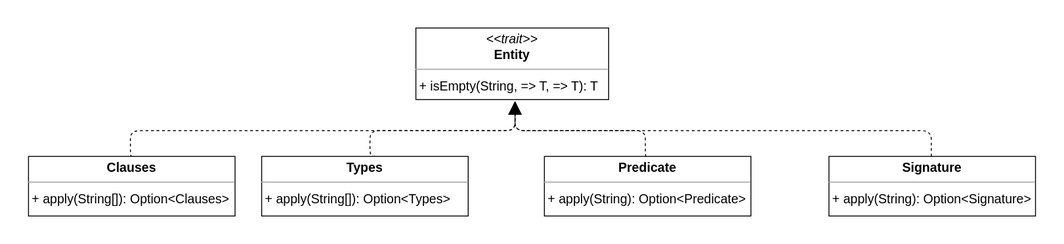
This is docs/img/S2P_UML_class_diagram-Entity.drawio.svg from MarcoFontana48/PPS-23-Scala2Prolog, a draw.io export, as it was before one commit. Source tidied: cells renumbered, new cells last; positions are measured from the earlier drawing's top-left corner, leaving out a move shared by most shapes.
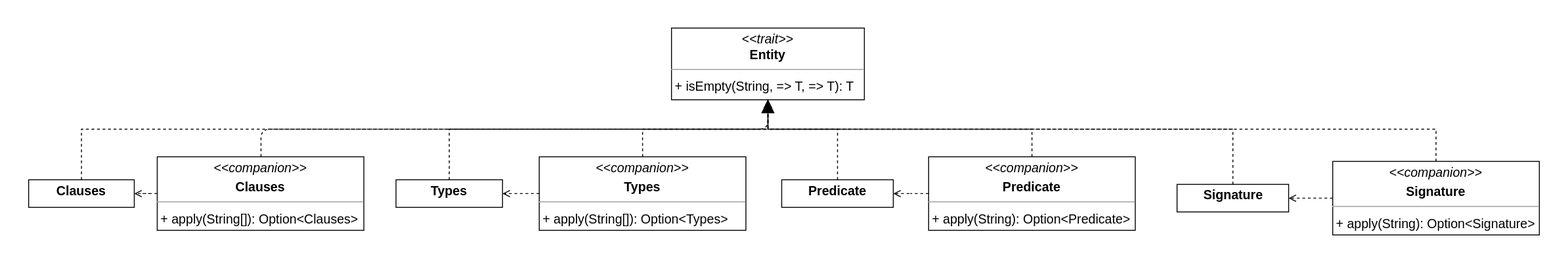
After the commit.

Commit message:
docs: update design chapter, add package diagram

The edit, as a diff of the source:
```diff
@@ -2,63 +2,109 @@
   <root>
     <mxCell id="0" />
     <mxCell id="1" parent="0" />
-    <mxCell id="2" style="html=1;rounded=1;edgeStyle=orthogonalEdgeStyle;dashed=1;startArrow=none;endArrow=block;endSize=12;strokeColor=#000000;exitX=0.500;exitY=0.001;exitDx=0;exitDy=0;entryX=0.500;entryY=1.001;entryDx=0;entryDy=0;" parent="1" edge="1">
-      <mxGeometry relative="1" as="geometry">
-        <mxPoint x="377.5" y="140" as="sourcePoint" />
-        <mxPoint x="530" y="80" as="targetPoint" />
-        <Array as="points">
-          <mxPoint x="372" y="140" />
-          <mxPoint x="372" y="112" />
-          <mxPoint x="530" y="112" />
-        </Array>
-      </mxGeometry>
-    </mxCell>
-    <mxCell id="3" style="html=1;rounded=1;edgeStyle=orthogonalEdgeStyle;dashed=1;startArrow=none;endArrow=block;endSize=12;strokeColor=#000000;exitX=0.500;exitY=0.001;exitDx=0;exitDy=0;entryX=0.500;entryY=1.001;entryDx=0;entryDy=0;" parent="1" edge="1">
-      <mxGeometry relative="1" as="geometry">
-        <mxPoint x="673" y="140" as="sourcePoint" />
-        <mxPoint x="530" y="80" as="targetPoint" />
-        <Array as="points">
-          <mxPoint x="672" y="140" />
-          <mxPoint x="672" y="112" />
-          <mxPoint x="530" y="112" />
-        </Array>
-      </mxGeometry>
-    </mxCell>
-    <mxCell id="4" style="html=1;rounded=1;edgeStyle=orthogonalEdgeStyle;dashed=1;startArrow=none;endArrow=block;endSize=12;strokeColor=#000000;exitX=0.500;exitY=0.001;exitDx=0;exitDy=0;entryX=0.500;entryY=1.001;entryDx=0;entryDy=0;" parent="1" edge="1">
-      <mxGeometry relative="1" as="geometry">
-        <mxPoint x="983.5" y="140" as="sourcePoint" />
-        <mxPoint x="530" y="80" as="targetPoint" />
-        <Array as="points">
-          <mxPoint x="984" y="112" />
-          <mxPoint x="530" y="112" />
-        </Array>
-      </mxGeometry>
-    </mxCell>
-    <mxCell id="5" style="html=1;rounded=1;edgeStyle=orthogonalEdgeStyle;dashed=1;startArrow=none;endArrow=block;endSize=12;strokeColor=#000000;exitX=0.500;exitY=0.001;exitDx=0;exitDy=0;entryX=0.5;entryY=1;entryDx=0;entryDy=0;" parent="1" edge="1">
-      <mxGeometry relative="1" as="geometry">
-        <mxPoint x="113" y="140" as="sourcePoint" />
-        <mxPoint x="530" y="80" as="targetPoint" />
-        <Array as="points">
-          <mxPoint x="111" y="140" />
-          <mxPoint x="111" y="112" />
-          <mxPoint x="530" y="112" />
-        </Array>
-      </mxGeometry>
-    </mxCell>
+    <mxCell id="11" style="html=1;rounded=1;edgeStyle=orthogonalEdgeStyle;dashed=1;startArrow=none;endArrow=block;endSize=12;strokeColor=#000000;exitX=0.500;exitY=0.001;exitDx=0;exitDy=0;entryX=0.5;entryY=1;entryDx=0;entryDy=0;" parent="1" edge="1" target="6">
+      <mxGeometry relative="1" as="geometry">
+        <mxPoint x="-25" y="140" as="sourcePoint" />
+        <Array as="points">
+          <mxPoint x="-25" y="110" />
+          <mxPoint x="527" y="110" />
+        </Array>
+      </mxGeometry>
+    </mxCell>
     <mxCell id="6" value="&lt;p style=&quot;margin:0px;margin-top:4px;text-align:center;&quot;&gt;&lt;i&gt;&amp;lt;&amp;lt;trait&amp;gt;&amp;gt;&lt;/i&gt;&lt;br&gt;&lt;b&gt;Entity&lt;/b&gt;&lt;/p&gt;&lt;hr size=&quot;1&quot;&gt;&lt;p style=&quot;margin:0 0 0 4px;line-height:1.6;&quot;&gt;+ isEmpty(String, =&amp;gt; T, =&amp;gt; T): T&lt;/p&gt;" style="verticalAlign=top;align=left;overflow=fill;fontSize=14;fontFamily=Helvetica;html=1;rounded=0;shadow=0;comic=0;labelBackgroundColor=none;strokeWidth=1;" parent="1" vertex="1">
       <mxGeometry x="422" width="210" height="78" as="geometry" />
     </mxCell>
-    <mxCell id="7" value="&lt;p style=&quot;margin:0px;margin-top:4px;text-align:center;&quot;&gt;&lt;b&gt;Clauses&lt;/b&gt;&lt;/p&gt;&lt;hr size=&quot;1&quot;&gt;&lt;p style=&quot;margin:0 0 0 4px;line-height:1.6;&quot;&gt;&lt;/p&gt;&lt;p style=&quot;margin:0 0 0 4px;line-height:1.6;&quot;&gt;&lt;/p&gt;&lt;p style=&quot;margin:0 0 0 4px;line-height:1.6;&quot;&gt;+ apply(String[]): Option&amp;lt;Clauses&amp;gt;&lt;/p&gt;" style="verticalAlign=top;align=left;overflow=fill;fontSize=14;fontFamily=Helvetica;html=1;rounded=0;shadow=0;comic=0;labelBackgroundColor=none;strokeWidth=1;" parent="1" vertex="1">
-      <mxGeometry y="140" width="225" height="65" as="geometry" />
-    </mxCell>
-    <mxCell id="8" value="&lt;p style=&quot;margin:0px;margin-top:4px;text-align:center;&quot;&gt;&lt;b&gt;Predicate&lt;/b&gt;&lt;/p&gt;&lt;hr size=&quot;1&quot;&gt;&lt;p style=&quot;margin:0 0 0 4px;line-height:1.6;&quot;&gt;&lt;/p&gt;&lt;p style=&quot;margin:0 0 0 4px;line-height:1.6;&quot;&gt;&lt;/p&gt;&lt;p style=&quot;margin:0 0 0 4px;line-height:1.6;&quot;&gt;+ apply(String): Option&amp;lt;Predicate&amp;gt;&lt;/p&gt;" style="verticalAlign=top;align=left;overflow=fill;fontSize=14;fontFamily=Helvetica;html=1;rounded=0;shadow=0;comic=0;labelBackgroundColor=none;strokeWidth=1;" parent="1" vertex="1">
-      <mxGeometry x="562" y="140" width="225" height="65" as="geometry" />
-    </mxCell>
-    <mxCell id="9" value="&lt;p style=&quot;margin:0px;margin-top:4px;text-align:center;&quot;&gt;&lt;b&gt;Signature&lt;/b&gt;&lt;/p&gt;&lt;hr size=&quot;1&quot;&gt;&lt;p style=&quot;margin:0 0 0 4px;line-height:1.6;&quot;&gt;&lt;/p&gt;&lt;p style=&quot;margin:0 0 0 4px;line-height:1.6;&quot;&gt;&lt;/p&gt;&lt;p style=&quot;margin:0 0 0 4px;line-height:1.6;&quot;&gt;+ apply(String): Option&amp;lt;Signature&amp;gt;&lt;/p&gt;" style="verticalAlign=top;align=left;overflow=fill;fontSize=14;fontFamily=Helvetica;html=1;rounded=0;shadow=0;comic=0;labelBackgroundColor=none;strokeWidth=1;" parent="1" vertex="1">
-      <mxGeometry x="872" y="140" width="225" height="65" as="geometry" />
-    </mxCell>
-    <mxCell id="10" value="&lt;p style=&quot;margin:0px;margin-top:4px;text-align:center;&quot;&gt;&lt;b&gt;Types&lt;/b&gt;&lt;/p&gt;&lt;hr size=&quot;1&quot;&gt;&lt;p style=&quot;margin:0 0 0 4px;line-height:1.6;&quot;&gt;&lt;/p&gt;&lt;p style=&quot;margin:0 0 0 4px;line-height:1.6;&quot;&gt;&lt;/p&gt;&lt;p style=&quot;margin:0 0 0 4px;line-height:1.6;&quot;&gt;+ apply(String[]): Option&amp;lt;Types&amp;gt;&lt;/p&gt;" style="verticalAlign=top;align=left;overflow=fill;fontSize=14;fontFamily=Helvetica;html=1;rounded=0;shadow=0;comic=0;labelBackgroundColor=none;strokeWidth=1;" parent="1" vertex="1">
-      <mxGeometry x="254" y="140" width="225" height="65" as="geometry" />
-    </mxCell>
+    <mxCell id="12" style="edgeStyle=orthogonalEdgeStyle;rounded=0;jettySize=auto;html=1;entryX=1;entryY=0.5;entryDx=0;entryDy=0;dashed=1;endArrow=open;endFill=0;" parent="1" edge="1" source="13" target="24">
+      <mxGeometry relative="1" as="geometry" />
+    </mxCell>
+    <mxCell id="13" value="&lt;p style=&quot;margin:0px;margin-top:4px;text-align:center;&quot;&gt;&lt;i&gt;&amp;lt;&amp;lt;companion&amp;gt;&amp;gt;&lt;/i&gt;&lt;/p&gt;&lt;p style=&quot;margin:0px;margin-top:4px;text-align:center;&quot;&gt;&lt;b&gt;Clauses&lt;/b&gt;&lt;/p&gt;&lt;hr size=&quot;1&quot;&gt;&lt;p style=&quot;margin:0 0 0 4px;line-height:1.6;&quot;&gt;&lt;/p&gt;&lt;p style=&quot;margin:0 0 0 4px;line-height:1.6;&quot;&gt;&lt;/p&gt;&lt;p style=&quot;margin:0 0 0 4px;line-height:1.6;&quot;&gt;+ apply(String[]): Option&amp;lt;Clauses&amp;gt;&lt;/p&gt;" style="verticalAlign=top;align=left;overflow=fill;fontSize=14;fontFamily=Helvetica;html=1;rounded=0;shadow=0;comic=0;labelBackgroundColor=none;strokeWidth=1;" parent="1" vertex="1">
+      <mxGeometry x="-138" y="140" width="225" height="80" as="geometry" />
+    </mxCell>
+    <mxCell id="14" style="edgeStyle=orthogonalEdgeStyle;rounded=0;jettySize=auto;html=1;entryX=1;entryY=0.5;entryDx=0;entryDy=0;endArrow=open;endFill=0;dashed=1;" parent="1" edge="1" source="16" target="28">
+      <mxGeometry relative="1" as="geometry" />
+    </mxCell>
+    <mxCell id="15" style="edgeStyle=orthogonalEdgeStyle;rounded=0;jettySize=auto;html=1;entryX=0.5;entryY=1;entryDx=0;entryDy=0;dashed=1;" parent="1" edge="1" source="16" target="6">
+      <mxGeometry relative="1" as="geometry">
+        <Array as="points">
+          <mxPoint x="815" y="110" />
+          <mxPoint x="527" y="110" />
+        </Array>
+      </mxGeometry>
+    </mxCell>
+    <mxCell id="16" value="&lt;p style=&quot;margin: 4px 0px 0px; text-align: center;&quot;&gt;&lt;i&gt;&amp;lt;&amp;lt;companion&amp;gt;&amp;gt;&lt;/i&gt;&lt;/p&gt;&lt;p style=&quot;margin:0px;margin-top:4px;text-align:center;&quot;&gt;&lt;b&gt;Predicate&lt;/b&gt;&lt;/p&gt;&lt;hr size=&quot;1&quot;&gt;&lt;p style=&quot;margin:0 0 0 4px;line-height:1.6;&quot;&gt;&lt;/p&gt;&lt;p style=&quot;margin:0 0 0 4px;line-height:1.6;&quot;&gt;&lt;/p&gt;&lt;p style=&quot;margin:0 0 0 4px;line-height:1.6;&quot;&gt;+ apply(String): Option&amp;lt;Predicate&amp;gt;&lt;/p&gt;" style="verticalAlign=top;align=left;overflow=fill;fontSize=14;fontFamily=Helvetica;html=1;rounded=0;shadow=0;comic=0;labelBackgroundColor=none;strokeWidth=1;" parent="1" vertex="1">
+      <mxGeometry x="702" y="140" width="225" height="80" as="geometry" />
+    </mxCell>
+    <mxCell id="17" style="edgeStyle=orthogonalEdgeStyle;rounded=0;jettySize=auto;html=1;entryX=1;entryY=0.5;entryDx=0;entryDy=0;endArrow=open;endFill=0;dashed=1;" parent="1" edge="1" source="19" target="30">
+      <mxGeometry relative="1" as="geometry" />
+    </mxCell>
+    <mxCell id="18" style="edgeStyle=orthogonalEdgeStyle;rounded=0;jettySize=auto;html=1;entryX=0.5;entryY=1;entryDx=0;entryDy=0;dashed=1;" parent="1" edge="1" source="19" target="6">
+      <mxGeometry relative="1" as="geometry">
+        <Array as="points">
+          <mxPoint x="1255" y="110" />
+          <mxPoint x="527" y="110" />
+        </Array>
+      </mxGeometry>
+    </mxCell>
+    <mxCell id="19" value="&lt;p style=&quot;margin: 4px 0px 0px; text-align: center;&quot;&gt;&lt;i&gt;&amp;lt;&amp;lt;companion&amp;gt;&amp;gt;&lt;/i&gt;&lt;/p&gt;&lt;p style=&quot;margin:0px;margin-top:4px;text-align:center;&quot;&gt;&lt;b&gt;Signature&lt;/b&gt;&lt;/p&gt;&lt;hr size=&quot;1&quot;&gt;&lt;p style=&quot;margin:0 0 0 4px;line-height:1.6;&quot;&gt;&lt;/p&gt;&lt;p style=&quot;margin:0 0 0 4px;line-height:1.6;&quot;&gt;&lt;/p&gt;&lt;p style=&quot;margin:0 0 0 4px;line-height:1.6;&quot;&gt;+ apply(String): Option&amp;lt;Signature&amp;gt;&lt;/p&gt;" style="verticalAlign=top;align=left;overflow=fill;fontSize=14;fontFamily=Helvetica;html=1;rounded=0;shadow=0;comic=0;labelBackgroundColor=none;strokeWidth=1;" parent="1" vertex="1">
+      <mxGeometry x="1142" y="145" width="225" height="80" as="geometry" />
+    </mxCell>
+    <mxCell id="20" style="edgeStyle=orthogonalEdgeStyle;rounded=0;jettySize=auto;html=1;entryX=1;entryY=0.5;entryDx=0;entryDy=0;dashed=1;endArrow=open;endFill=0;" parent="1" edge="1" source="22" target="26">
+      <mxGeometry relative="1" as="geometry" />
+    </mxCell>
+    <mxCell id="21" style="edgeStyle=orthogonalEdgeStyle;rounded=0;jettySize=auto;html=1;entryX=0.5;entryY=1;entryDx=0;entryDy=0;dashed=1;" parent="1" edge="1" source="22" target="6">
+      <mxGeometry relative="1" as="geometry">
+        <Array as="points">
+          <mxPoint x="390" y="110" />
+          <mxPoint x="527" y="110" />
+        </Array>
+      </mxGeometry>
+    </mxCell>
+    <mxCell id="22" value="&lt;p style=&quot;margin: 4px 0px 0px; text-align: center;&quot;&gt;&lt;i&gt;&amp;lt;&amp;lt;companion&amp;gt;&amp;gt;&lt;/i&gt;&lt;/p&gt;&lt;p style=&quot;margin:0px;margin-top:4px;text-align:center;&quot;&gt;&lt;b&gt;Types&lt;/b&gt;&lt;/p&gt;&lt;hr size=&quot;1&quot;&gt;&lt;p style=&quot;margin:0 0 0 4px;line-height:1.6;&quot;&gt;&lt;/p&gt;&lt;p style=&quot;margin:0 0 0 4px;line-height:1.6;&quot;&gt;&lt;/p&gt;&lt;p style=&quot;margin:0 0 0 4px;line-height:1.6;&quot;&gt;+ apply(String[]): Option&amp;lt;Types&amp;gt;&lt;/p&gt;" style="verticalAlign=top;align=left;overflow=fill;fontSize=14;fontFamily=Helvetica;html=1;rounded=0;shadow=0;comic=0;labelBackgroundColor=none;strokeWidth=1;" parent="1" vertex="1">
+      <mxGeometry x="278" y="140" width="225" height="80" as="geometry" />
+    </mxCell>
+    <mxCell id="23" style="edgeStyle=orthogonalEdgeStyle;rounded=0;jettySize=auto;html=1;exitX=0.5;exitY=0;exitDx=0;exitDy=0;entryX=0.5;entryY=1;entryDx=0;entryDy=0;dashed=1;elbow=vertical;" parent="1" edge="1" source="24" target="6">
+      <mxGeometry relative="1" as="geometry">
+        <Array as="points">
+          <mxPoint x="-220" y="110" />
+          <mxPoint x="527" y="110" />
+        </Array>
+      </mxGeometry>
+    </mxCell>
+    <mxCell id="24" value="&lt;p style=&quot;margin:0px;margin-top:4px;text-align:center;&quot;&gt;&lt;b&gt;Clauses&lt;/b&gt;&lt;/p&gt;&lt;p style=&quot;margin:0 0 0 4px;line-height:1.6;&quot;&gt;&lt;br&gt;&lt;/p&gt;" style="verticalAlign=top;align=left;overflow=fill;fontSize=14;fontFamily=Helvetica;html=1;rounded=0;shadow=0;comic=0;labelBackgroundColor=none;strokeWidth=1;" parent="1" vertex="1">
+      <mxGeometry x="-278" y="165" width="115" height="30" as="geometry" />
+    </mxCell>
+    <mxCell id="25" style="edgeStyle=orthogonalEdgeStyle;rounded=0;jettySize=auto;html=1;entryX=0.5;entryY=1;entryDx=0;entryDy=0;exitX=0.5;exitY=0;exitDx=0;exitDy=0;dashed=1;" parent="1" edge="1" source="26" target="6">
+      <mxGeometry relative="1" as="geometry">
+        <Array as="points">
+          <mxPoint x="180" y="110" />
+          <mxPoint x="527" y="110" />
+        </Array>
+      </mxGeometry>
+    </mxCell>
+    <mxCell id="26" value="&lt;p style=&quot;margin:0px;margin-top:4px;text-align:center;&quot;&gt;&lt;b&gt;Types&lt;/b&gt;&lt;/p&gt;" style="verticalAlign=top;align=left;overflow=fill;fontSize=14;fontFamily=Helvetica;html=1;rounded=0;shadow=0;comic=0;labelBackgroundColor=none;strokeWidth=1;" parent="1" vertex="1">
+      <mxGeometry x="122" y="165" width="116" height="30" as="geometry" />
+    </mxCell>
+    <mxCell id="27" style="edgeStyle=orthogonalEdgeStyle;rounded=0;jettySize=auto;html=1;entryX=0.5;entryY=1;entryDx=0;entryDy=0;exitX=0.5;exitY=0;exitDx=0;exitDy=0;dashed=1;" parent="1" edge="1" source="28" target="6">
+      <mxGeometry relative="1" as="geometry">
+        <Array as="points">
+          <mxPoint x="603" y="110" />
+          <mxPoint x="527" y="110" />
+        </Array>
+      </mxGeometry>
+    </mxCell>
+    <mxCell id="28" value="&lt;p style=&quot;margin:0px;margin-top:4px;text-align:center;&quot;&gt;&lt;b&gt;Predicate&lt;/b&gt;&lt;/p&gt;" style="verticalAlign=top;align=left;overflow=fill;fontSize=14;fontFamily=Helvetica;html=1;rounded=0;shadow=0;comic=0;labelBackgroundColor=none;strokeWidth=1;" parent="1" vertex="1">
+      <mxGeometry x="542" y="165" width="121.5" height="30" as="geometry" />
+    </mxCell>
+    <mxCell id="29" style="edgeStyle=orthogonalEdgeStyle;rounded=0;jettySize=auto;html=1;entryX=0.5;entryY=1;entryDx=0;entryDy=0;dashed=1;" parent="1" edge="1" source="30" target="6">
+      <mxGeometry relative="1" as="geometry">
+        <Array as="points">
+          <mxPoint x="1033" y="110" />
+          <mxPoint x="527" y="110" />
+        </Array>
+      </mxGeometry>
+    </mxCell>
+    <mxCell id="30" value="&lt;p style=&quot;margin:0px;margin-top:4px;text-align:center;&quot;&gt;&lt;b&gt;Signature&lt;/b&gt;&lt;/p&gt;&lt;p style=&quot;margin:0 0 0 4px;line-height:1.6;&quot;&gt;&lt;br&gt;&lt;/p&gt;" style="verticalAlign=top;align=left;overflow=fill;fontSize=14;fontFamily=Helvetica;html=1;rounded=0;shadow=0;comic=0;labelBackgroundColor=none;strokeWidth=1;" parent="1" vertex="1">
+      <mxGeometry x="972.5" y="170" width="121.5" height="30" as="geometry" />
+    </mxCell>
   </root>
 </mxGraphModel>
```
